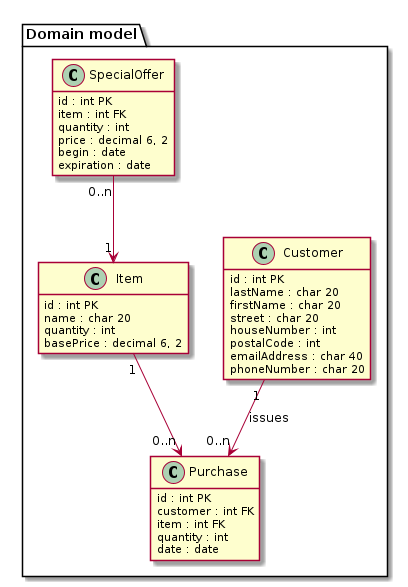
The PlantUML diagram docs/domain-model-crm.png in tflm91/CRM-System, before a commit.
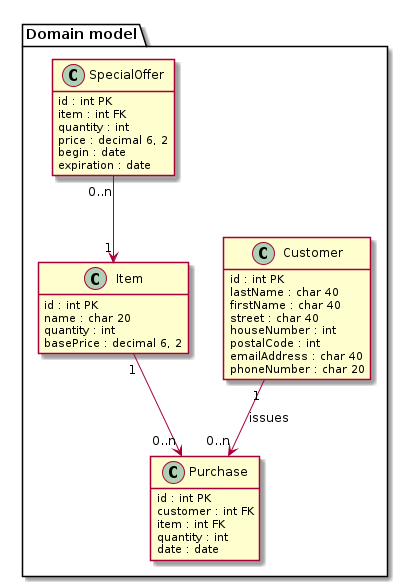
After the change.

Change to the diagram source:
```diff
@@ -5,9 +5,9 @@
 package "Domain model" {
     class Customer {
         id : int PK
-        lastName : char 20
-        firstName : char 20
-        street : char 20
+        lastName : char 40
+        firstName : char 40
+        street : char 40
         houseNumber : int
         postalCode : int
         emailAddress : char 40
```
